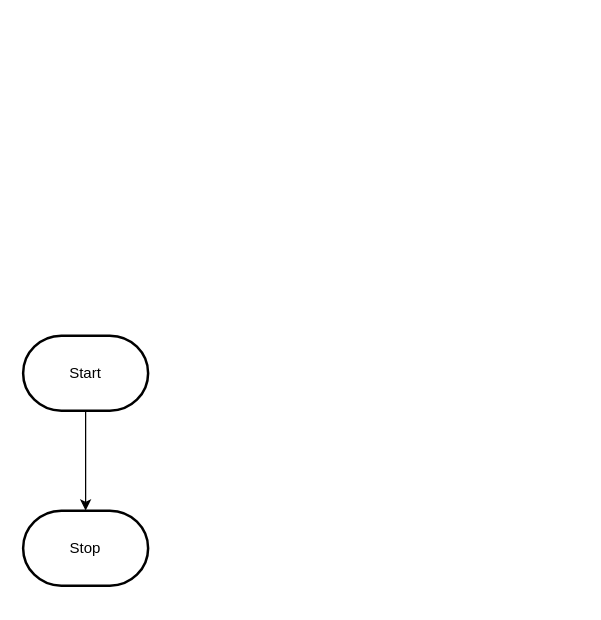
Before: design/flowchart.drawio in MTHS-ICS2O-2-2022/ICS2O-Assignment-04-alyssia-fung, a draw.io diagram. Source tidied: cells renumbered, new cells numbered last; positions are measured from the earlier drawing's top-left corner, leaving out a move shared by most shapes. Both pictures are drawn from the tidied source at 125%, with x=0, y=0 at pixel (22, 335).
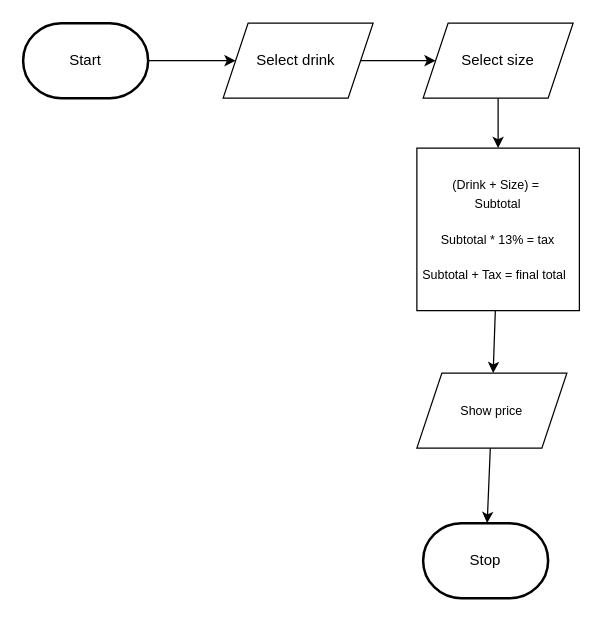
The same page after the edit.

The edit, as a diff of the source:
```diff
@@
 <mxGraphModel>
   <root>
     <mxCell id="0" />
     <mxCell id="1" parent="0" />
-    <mxCell id="2" style="edgeStyle=orthogonalEdgeStyle;html=1;rounded=0;" parent="1" edge="1" source="3" target="4">
-      <mxGeometry relative="1" as="geometry" />
-    </mxCell>
+    <mxCell id="5" style="edgeStyle=none;html=1;fontSize=10;" parent="1" edge="1" source="3" target="2">
+      <mxGeometry relative="1" as="geometry" />
+    </mxCell>
     <mxCell id="3" value="Start" style="strokeWidth=2;html=1;shape=mxgraph.flowchart.terminator;whiteSpace=wrap;" parent="1" vertex="1">
-      <mxGeometry width="100" height="60" as="geometry" />
+      <mxGeometry y="-250" width="100" height="60" as="geometry" />
     </mxCell>
     <mxCell id="4" value="Stop" style="strokeWidth=2;html=1;shape=mxgraph.flowchart.terminator;whiteSpace=wrap;" parent="1" vertex="1">
-      <mxGeometry y="140" width="100" height="60" as="geometry" />
+      <mxGeometry x="320" y="150" width="100" height="60" as="geometry" />
     </mxCell>
+    <mxCell id="6" style="edgeStyle=none;html=1;fontSize=10;" parent="1" edge="1" source="2" target="8">
+      <mxGeometry relative="1" as="geometry" />
+    </mxCell>
+    <mxCell id="2" value="Select drink&amp;nbsp;" style="shape=parallelogram;perimeter=parallelogramPerimeter;whiteSpace=wrap;html=1;fixedSize=1;" parent="1" vertex="1">
+      <mxGeometry x="160" y="-250" width="120" height="60" as="geometry" />
+    </mxCell>
+    <mxCell id="7" style="edgeStyle=none;html=1;fontSize=10;" parent="1" edge="1" source="8" target="10">
+      <mxGeometry relative="1" as="geometry" />
+    </mxCell>
+    <mxCell id="8" value="Select size" style="shape=parallelogram;perimeter=parallelogramPerimeter;whiteSpace=wrap;html=1;fixedSize=1;" parent="1" vertex="1">
+      <mxGeometry x="320" y="-250" width="120" height="60" as="geometry" />
+    </mxCell>
+    <mxCell id="9" style="edgeStyle=none;html=1;fontSize=10;" parent="1" edge="1" source="10" target="12">
+      <mxGeometry relative="1" as="geometry" />
+    </mxCell>
+    <mxCell id="10" value="&lt;font style=&quot;font-size: 10px;&quot;&gt;(Drink + Size) =&amp;nbsp;&lt;br&gt;Subtotal&lt;br&gt;&lt;br&gt;Subtotal * 13% = tax&lt;br&gt;&lt;br&gt;Subtotal + Tax = final total&amp;nbsp;&amp;nbsp;&lt;/font&gt;" style="whiteSpace=wrap;html=1;" parent="1" vertex="1">
+      <mxGeometry x="315" y="-150" width="130" height="130" as="geometry" />
+    </mxCell>
+    <mxCell id="11" style="edgeStyle=none;html=1;fontSize=10;" parent="1" edge="1" source="12" target="4">
+      <mxGeometry relative="1" as="geometry" />
+    </mxCell>
+    <mxCell id="12" value="Show price" style="shape=parallelogram;perimeter=parallelogramPerimeter;whiteSpace=wrap;html=1;fixedSize=1;fontSize=10;" parent="1" vertex="1">
+      <mxGeometry x="315" y="30" width="120" height="60" as="geometry" />
+    </mxCell>
   </root>
 </mxGraphModel>
```
